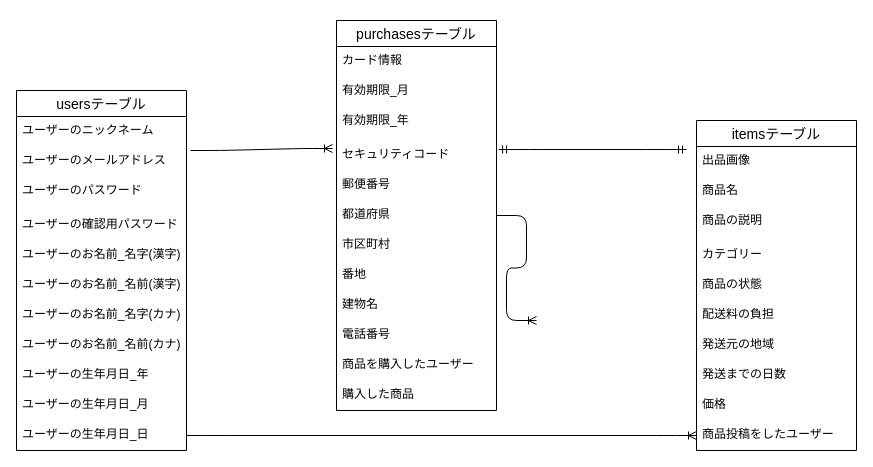
This is ER.dio from Shinji1987/furima-33544, a draw.io file, before an edit. Source tidied: cells renumbered, new cells numbered last; positions are measured from the earlier drawing's top-left corner, leaving out a move shared by most shapes. Both pictures are drawn from the tidied source at 100%, with x=0, y=0 at pixel (16, 20).
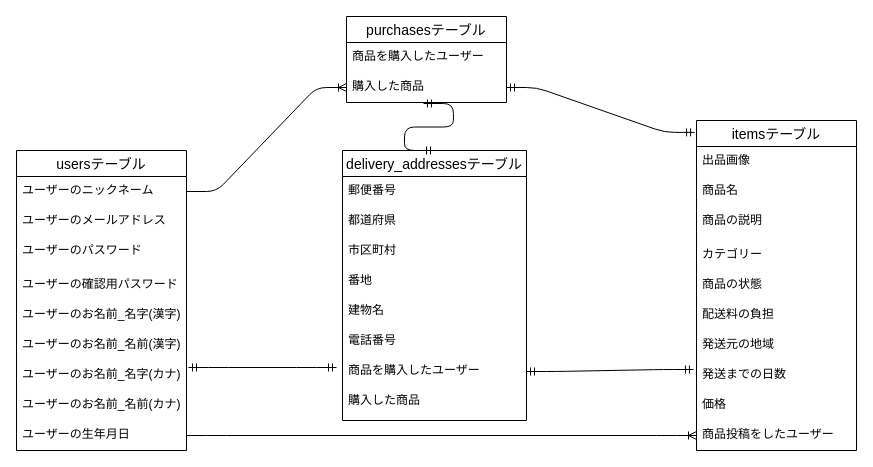
After the change.

Commit message (it also covers changes not shown here):
ER図、READMEの更新3

The change refers to these unchanged cells:
```xml
<mxCell id="3" value="ユーザーのニックネーム" style="text;strokeColor=none;fillColor=none;spacingLeft=4;spacingRight=4;overflow=hidden;points=[[0,0.5],[1,0.5]];portConstraint=eastwest;fontSize=12;" parent="2" vertex="1">
  <mxGeometry y="26" width="170" height="30" as="geometry" />
</mxCell>
<mxCell id="14" value="itemsテーブル" style="swimlane;fontStyle=0;horizontal=1;startSize=26;align=center;fontSize=14;" parent="1" vertex="1">
  <mxGeometry x="680" y="100" width="160" height="330" as="geometry" />
</mxCell>
<mxCell id="22" value="発送までの日数" style="text;strokeColor=none;fillColor=none;spacingLeft=4;spacingRight=4;overflow=hidden;points=[[0,0.5],[1,0.5]];portConstraint=eastwest;fontSize=12;" parent="14" vertex="1">
  <mxGeometry y="240" width="160" height="30" as="geometry" />
</mxCell>
<mxCell id="24" value="商品投稿をしたユーザー" style="text;strokeColor=none;fillColor=none;spacingLeft=4;spacingRight=4;overflow=hidden;points=[[0,0.5],[1,0.5]];portConstraint=eastwest;fontSize=12;" parent="14" vertex="1">
  <mxGeometry y="300" width="160" height="30" as="geometry" />
</mxCell>
```

Diff of the diagram source:
```diff
@@
     <mxCell id="2" value="usersテーブル" style="swimlane;fontStyle=0;horizontal=1;startSize=26;align=center;fontSize=14;" parent="1" vertex="1">
-      <mxGeometry y="70" width="170" height="360" as="geometry" />
+      <mxGeometry y="130" width="170" height="300" as="geometry" />
     </mxCell>
@@
-    <mxCell id="11" value="ユーザーの生年月日_年" style="text;strokeColor=none;fillColor=none;spacingLeft=4;spacingRight=4;overflow=hidden;fontSize=12;" parent="2" vertex="1">
+    <mxCell id="11" value="ユーザーの生年月日" style="text;strokeColor=none;fillColor=none;spacingLeft=4;spacingRight=4;overflow=hidden;fontSize=12;" parent="2" vertex="1">
       <mxGeometry y="270" width="170" height="30" as="geometry" />
     </mxCell>
-    <mxCell id="12" value="ユーザーの生年月日_月" style="text;strokeColor=none;fillColor=none;spacingLeft=4;spacingRight=4;overflow=hidden;fontSize=12;" parent="2" vertex="1">
-      <mxGeometry y="300" width="170" height="30" as="geometry" />
-    </mxCell>
-    <mxCell id="13" value="ユーザーの生年月日_日" style="text;strokeColor=none;fillColor=none;spacingLeft=4;spacingRight=4;overflow=hidden;points=[[0,0.5],[1,0.5]];portConstraint=eastwest;fontSize=12;" parent="2" vertex="1">
-      <mxGeometry y="330" width="170" height="30" as="geometry" />
-    </mxCell>
@@
-    <mxCell id="25" style="edgeStyle=entityRelationEdgeStyle;fontSize=12;html=1;endArrow=ERoneToMany;exitX=1;exitY=0.5;exitDx=0;exitDy=0;entryX=0;entryY=0.5;entryDx=0;entryDy=0;" parent="1" edge="1" source="13" target="24">
-      <mxGeometry relative="1" as="geometry" />
+    <mxCell id="25" style="edgeStyle=entityRelationEdgeStyle;fontSize=12;html=1;endArrow=ERoneToMany;exitX=1;exitY=0.5;exitDx=0;exitDy=0;entryX=0;entryY=0.5;entryDx=0;entryDy=0;" parent="1" edge="1" target="24">
+      <mxGeometry relative="1" as="geometry">
+        <mxPoint x="170" y="415" as="sourcePoint" />
+      </mxGeometry>
     </mxCell>
-    <mxCell id="26" style="edgeStyle=entityRelationEdgeStyle;fontSize=12;html=1;endArrow=ERoneToMany;" parent="1" edge="1" source="28">
-      <mxGeometry relative="1" as="geometry">
-        <mxPoint x="520" y="300" as="targetPoint" />
-      </mxGeometry>
-    </mxCell>
-    <mxCell id="27" style="edgeStyle=entityRelationEdgeStyle;fontSize=12;html=1;endArrow=ERmandOne;startArrow=ERmandOne;exitX=1.013;exitY=0.3;exitDx=0;exitDy=0;exitPerimeter=0;" parent="1" edge="1" source="32">
-      <mxGeometry relative="1" as="geometry">
-        <mxPoint x="670" y="129" as="targetPoint" />
-      </mxGeometry>
+    <mxCell id="27" style="edgeStyle=entityRelationEdgeStyle;fontSize=12;html=1;endArrow=ERmandOne;startArrow=ERmandOne;exitX=1;exitY=0.5;exitDx=0;exitDy=0;entryX=-0.012;entryY=0.036;entryDx=0;entryDy=0;entryPerimeter=0;" parent="1" edge="1" source="40" target="14">
+      <mxGeometry relative="1" as="geometry" />
     </mxCell>
-    <mxCell id="28" value="purchasesテーブル" style="swimlane;fontStyle=0;horizontal=1;startSize=26;align=center;fontSize=14;" parent="1" vertex="1">
-      <mxGeometry x="320" width="160" height="390" as="geometry" />
+    <mxCell id="28" value="delivery_addressesテーブル" style="swimlane;fontStyle=0;horizontal=1;startSize=26;align=center;fontSize=14;" parent="1" vertex="1">
+      <mxGeometry x="326" y="130" width="184" height="270" as="geometry" />
     </mxCell>
-    <mxCell id="29" value="カード情報 " style="text;strokeColor=none;fillColor=none;spacingLeft=4;spacingRight=4;overflow=hidden;fontSize=12;" parent="28" vertex="1">
-      <mxGeometry y="26" width="160" height="30" as="geometry" />
-    </mxCell>
-    <mxCell id="30" value="有効期限_月" style="text;strokeColor=none;fillColor=none;spacingLeft=4;spacingRight=4;overflow=hidden;fontSize=12;" parent="28" vertex="1">
-      <mxGeometry y="56" width="160" height="30" as="geometry" />
-    </mxCell>
-    <mxCell id="31" value="有効期限_年" style="text;strokeColor=none;fillColor=none;spacingLeft=4;spacingRight=4;overflow=hidden;fontSize=12;" parent="28" vertex="1">
-      <mxGeometry y="86" width="160" height="34" as="geometry" />
-    </mxCell>
-    <mxCell id="32" value="セキュリティコード" style="text;strokeColor=none;fillColor=none;spacingLeft=4;spacingRight=4;overflow=hidden;points=[[0,0.5],[1,0.5]];portConstraint=eastwest;fontSize=12;" parent="28" vertex="1">
-      <mxGeometry y="120" width="160" height="30" as="geometry" />
-    </mxCell>
     <mxCell id="33" value="郵便番号 " style="text;strokeColor=none;fillColor=none;spacingLeft=4;spacingRight=4;overflow=hidden;fontSize=12;" parent="28" vertex="1">
-      <mxGeometry y="150" width="160" height="30" as="geometry" />
+      <mxGeometry y="26" width="184" height="30" as="geometry" />
     </mxCell>
     <mxCell id="34" value="都道府県" style="text;strokeColor=none;fillColor=none;spacingLeft=4;spacingRight=4;overflow=hidden;fontSize=12;" parent="28" vertex="1">
-      <mxGeometry y="180" width="160" height="30" as="geometry" />
+      <mxGeometry y="56" width="184" height="30" as="geometry" />
     </mxCell>
     <mxCell id="35" value="市区町村" style="text;strokeColor=none;fillColor=none;spacingLeft=4;spacingRight=4;overflow=hidden;fontSize=12;" parent="28" vertex="1">
-      <mxGeometry y="210" width="160" height="30" as="geometry" />
+      <mxGeometry y="86" width="184" height="30" as="geometry" />
     </mxCell>
     <mxCell id="36" value="番地" style="text;strokeColor=none;fillColor=none;spacingLeft=4;spacingRight=4;overflow=hidden;fontSize=12;" parent="28" vertex="1">
-      <mxGeometry y="240" width="160" height="30" as="geometry" />
+      <mxGeometry y="116" width="184" height="30" as="geometry" />
     </mxCell>
     <mxCell id="37" value="建物名" style="text;strokeColor=none;fillColor=none;spacingLeft=4;spacingRight=4;overflow=hidden;fontSize=12;" parent="28" vertex="1">
-      <mxGeometry y="270" width="160" height="30" as="geometry" />
+      <mxGeometry y="146" width="184" height="30" as="geometry" />
     </mxCell>
+    <mxCell id="42" value="電話番号" style="text;strokeColor=none;fillColor=none;spacingLeft=4;spacingRight=4;overflow=hidden;fontSize=12;" parent="28" vertex="1">
+      <mxGeometry y="176" width="184" height="30" as="geometry" />
+    </mxCell>
+    <mxCell id="43" value="商品を購入したユーザー" style="text;strokeColor=none;fillColor=none;spacingLeft=4;spacingRight=4;overflow=hidden;points=[[0,0.5],[1,0.5]];portConstraint=eastwest;fontSize=12;" parent="28" vertex="1">
+      <mxGeometry y="206" width="184" height="30" as="geometry" />
+    </mxCell>
-    <mxCell id="38" value="電話番号" style="text;strokeColor=none;fillColor=none;spacingLeft=4;spacingRight=4;overflow=hidden;fontSize=12;" parent="28" vertex="1">
-      <mxGeometry y="300" width="160" height="30" as="geometry" />
+    <mxCell id="38" value="購入した商品" style="text;strokeColor=none;fillColor=none;spacingLeft=4;spacingRight=4;overflow=hidden;fontSize=12;" parent="28" vertex="1">
+      <mxGeometry y="236" width="184" height="34" as="geometry" />
     </mxCell>
-    <mxCell id="39" value="商品を購入したユーザー" style="text;strokeColor=none;fillColor=none;spacingLeft=4;spacingRight=4;overflow=hidden;fontSize=12;" parent="28" vertex="1">
-      <mxGeometry y="330" width="160" height="30" as="geometry" />
-    </mxCell>
+    <mxCell id="41" style="edgeStyle=entityRelationEdgeStyle;fontSize=12;html=1;endArrow=ERoneToMany;exitX=1;exitY=0.5;exitDx=0;exitDy=0;entryX=0;entryY=0.5;entryDx=0;entryDy=0;" parent="1" edge="1" source="3" target="40">
+      <mxGeometry relative="1" as="geometry" />
+    </mxCell>
+    <mxCell id="44" value="purchasesテーブル" style="swimlane;fontStyle=0;horizontal=1;startSize=26;align=center;fontSize=14;" parent="1" vertex="1">
+      <mxGeometry x="330" y="-4" width="160" height="86" as="geometry" />
+    </mxCell>
+    <mxCell id="45" value="商品を購入したユーザー" style="text;strokeColor=none;fillColor=none;spacingLeft=4;spacingRight=4;overflow=hidden;fontSize=12;" parent="44" vertex="1">
+      <mxGeometry y="26" width="160" height="30" as="geometry" />
+    </mxCell>
-    <mxCell id="40" value="購入した商品" style="text;strokeColor=none;fillColor=none;spacingLeft=4;spacingRight=4;overflow=hidden;points=[[0,0.5],[1,0.5]];portConstraint=eastwest;fontSize=12;" parent="28" vertex="1">
-      <mxGeometry y="360" width="160" height="30" as="geometry" />
+    <mxCell id="40" value="購入した商品" style="text;strokeColor=none;fillColor=none;spacingLeft=4;spacingRight=4;overflow=hidden;points=[[0,0.5],[1,0.5]];portConstraint=eastwest;fontSize=12;" parent="44" vertex="1">
+      <mxGeometry y="56" width="160" height="30" as="geometry" />
     </mxCell>
-    <mxCell id="41" style="edgeStyle=entityRelationEdgeStyle;fontSize=12;html=1;endArrow=ERoneToMany;" parent="1" edge="1">
-      <mxGeometry relative="1" as="geometry">
-        <mxPoint x="174" y="130" as="sourcePoint" />
-        <mxPoint x="316" y="128" as="targetPoint" />
-      </mxGeometry>
-    </mxCell>
+    <mxCell id="46" style="edgeStyle=entityRelationEdgeStyle;fontSize=12;html=1;endArrow=ERmandOne;startArrow=ERmandOne;exitX=0.481;exitY=1.033;exitDx=0;exitDy=0;exitPerimeter=0;entryX=0.5;entryY=0;entryDx=0;entryDy=0;" parent="1" edge="1" source="40" target="28">
+      <mxGeometry relative="1" as="geometry" />
+    </mxCell>
+    <mxCell id="47" style="edgeStyle=entityRelationEdgeStyle;fontSize=12;html=1;endArrow=ERmandOne;startArrow=ERmandOne;" parent="1" edge="1">
+      <mxGeometry relative="1" as="geometry">
+        <mxPoint x="172" y="347" as="sourcePoint" />
+        <mxPoint x="320" y="347" as="targetPoint" />
+      </mxGeometry>
+    </mxCell>
+    <mxCell id="48" style="edgeStyle=entityRelationEdgeStyle;fontSize=12;html=1;endArrow=ERmandOne;startArrow=ERmandOne;exitX=-0.019;exitY=0.3;exitDx=0;exitDy=0;exitPerimeter=0;entryX=1;entryY=0.5;entryDx=0;entryDy=0;" parent="1" edge="1" source="22" target="43">
+      <mxGeometry relative="1" as="geometry" />
+    </mxCell>
```
